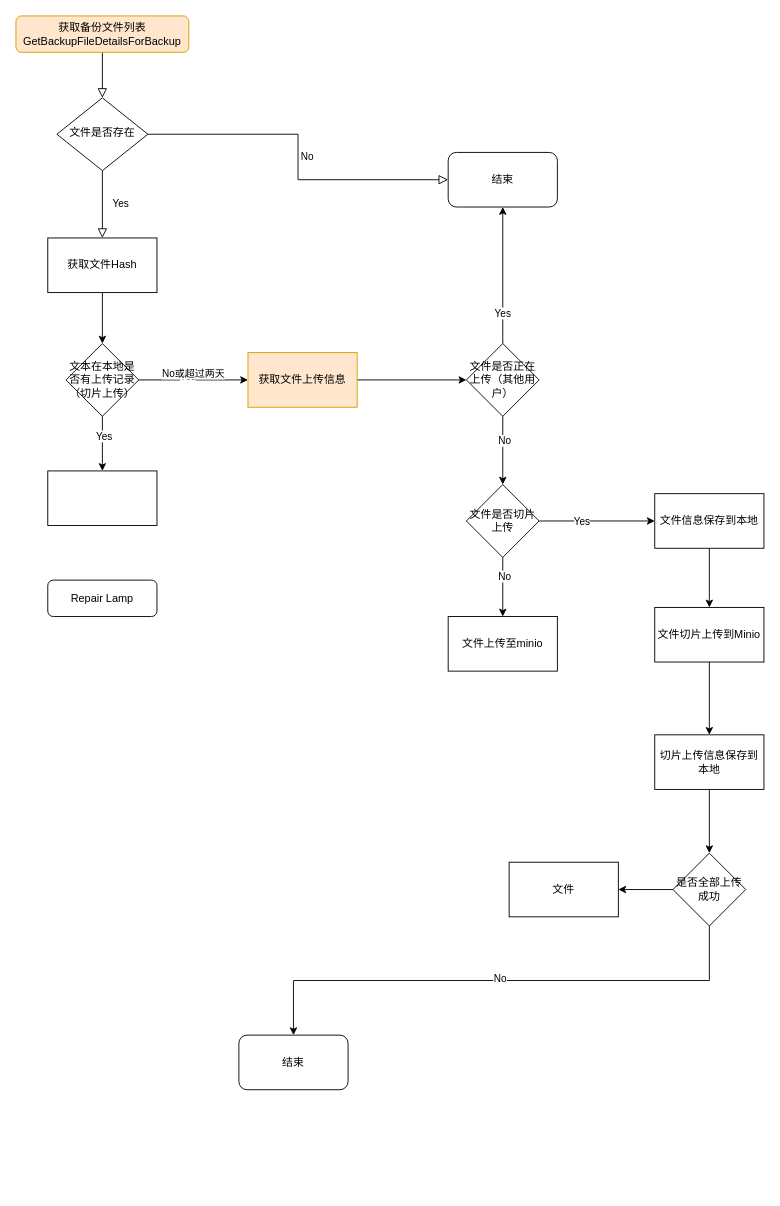
Above: UML/备份工具/文件备份上传流程梳理.drawio in LonelyCodelang/docs (draw.io), before the change. Source tidied: cells renumbered, new cells numbered last; positions are measured from the earlier drawing's top-left corner, leaving out a move shared by most shapes. Both pictures are drawn from the tidied source at 91%, with x=0, y=0 at pixel (15, 15).
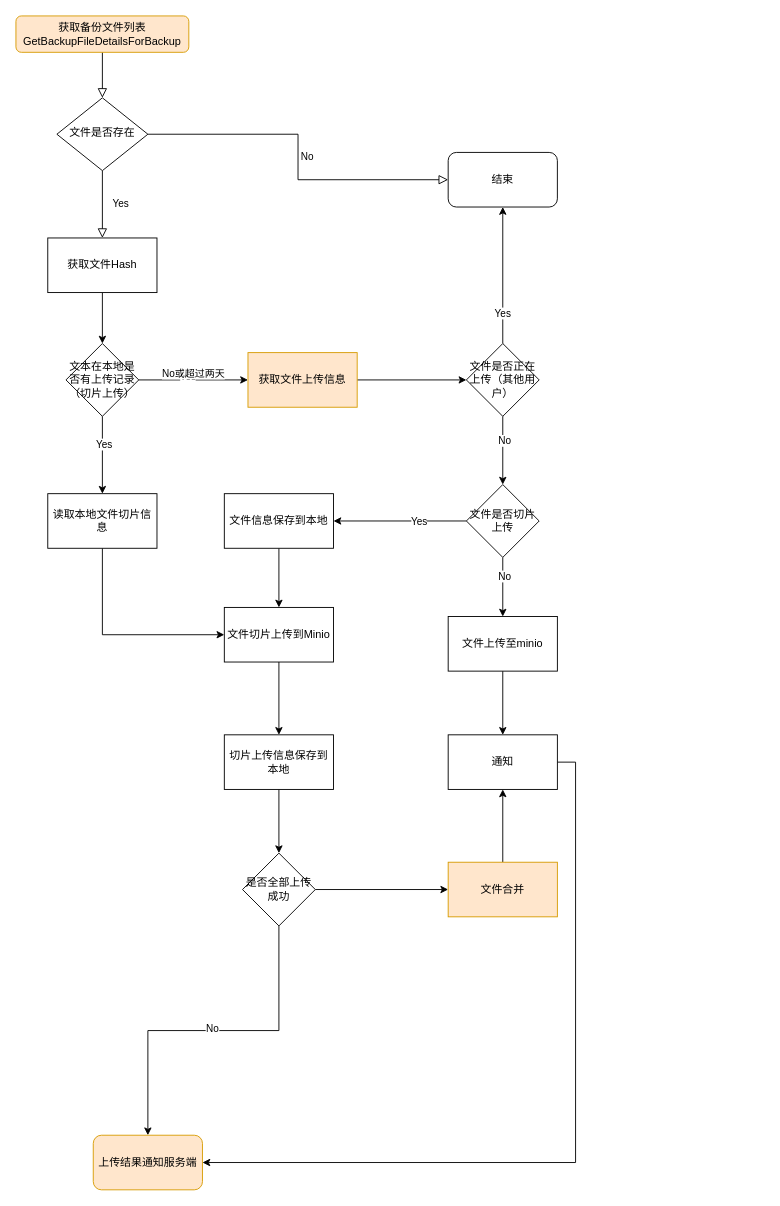
After the change.

Commit message (it also covers changes not shown here):
更新文件备份上传流程梳理.drawio

The change refers to these unchanged cells:
```xml
<mxCell id="27" value="文件上传至minio" style="whiteSpace=wrap;html=1;" parent="1" vertex="1">
  <mxGeometry x="475" y="660" width="120" height="60" as="geometry" />
</mxCell>
```

Change to the diagram source:
```diff
@@
-    <mxCell id="7" value="Repair Lamp" style="rounded=1;whiteSpace=wrap;html=1;fontSize=12;glass=0;strokeWidth=1;shadow=0;" parent="1" vertex="1">
-      <mxGeometry x="35" y="620" width="120" height="40" as="geometry" />
-    </mxCell>
@@
+    <mxCell id="43" style="edgeStyle=orthogonalEdgeStyle;rounded=0;jettySize=auto;html=1;exitX=0.5;exitY=1;exitDx=0;exitDy=0;entryX=0;entryY=0.5;entryDx=0;entryDy=0;" parent="1" edge="1" source="19" target="34">
+      <mxGeometry relative="1" as="geometry" />
+    </mxCell>
-    <mxCell id="19" style="whiteSpace=wrap;html=1;" parent="1" vertex="1">
-      <mxGeometry x="35" y="500" width="120" height="60" as="geometry" />
+    <mxCell id="19" value="读取本地文件切片信息" style="whiteSpace=wrap;html=1;" parent="1" vertex="1">
+      <mxGeometry x="35" y="525" width="120" height="60" as="geometry" />
     </mxCell>
@@
     <mxCell id="26" value="文件信息保存到本地" style="whiteSpace=wrap;html=1;" parent="1" vertex="1">
-      <mxGeometry x="702" y="525" width="120" height="60" as="geometry" />
+      <mxGeometry x="229" y="525" width="120" height="60" as="geometry" />
     </mxCell>
+    <mxCell id="44" style="edgeStyle=orthogonalEdgeStyle;rounded=0;jettySize=auto;html=1;exitX=0.5;exitY=1;exitDx=0;exitDy=0;entryX=0.5;entryY=0;entryDx=0;entryDy=0;" parent="1" edge="1" source="27" target="47">
+      <mxGeometry relative="1" as="geometry" />
+    </mxCell>
@@
     <mxCell id="34" value="文件切片上传到Minio" style="whiteSpace=wrap;html=1;" parent="1" vertex="1">
-      <mxGeometry x="702" y="650" width="120" height="60" as="geometry" />
+      <mxGeometry x="229" y="650" width="120" height="60" as="geometry" />
     </mxCell>
@@
     <mxCell id="36" value="切片上传信息保存到本地" style="whiteSpace=wrap;html=1;" parent="1" vertex="1">
-      <mxGeometry x="702" y="790" width="120" height="60" as="geometry" />
+      <mxGeometry x="229" y="790" width="120" height="60" as="geometry" />
     </mxCell>
-    <mxCell id="37" style="edgeStyle=orthogonalEdgeStyle;rounded=0;jettySize=auto;html=1;exitX=0.5;exitY=1;exitDx=0;exitDy=0;" parent="1" edge="1" source="40" target="41">
+    <mxCell id="37" style="edgeStyle=orthogonalEdgeStyle;rounded=0;jettySize=auto;html=1;exitX=0.5;exitY=1;exitDx=0;exitDy=0;entryX=0.5;entryY=0;entryDx=0;entryDy=0;" parent="1" edge="1" source="40" target="48">
       <mxGeometry relative="1" as="geometry" />
     </mxCell>
@@
     <mxCell id="40" value="是否全部上传成功" style="rhombus;whiteSpace=wrap;html=1;" parent="1" vertex="1">
-      <mxGeometry x="722" y="920" width="80" height="80" as="geometry" />
+      <mxGeometry x="249" y="920" width="80" height="80" as="geometry" />
     </mxCell>
-    <mxCell id="41" value="结束" style="rounded=1;whiteSpace=wrap;html=1;" parent="1" vertex="1">
-      <mxGeometry x="245" y="1120" width="120" height="60" as="geometry" />
-    </mxCell>
+    <mxCell id="45" style="edgeStyle=orthogonalEdgeStyle;rounded=0;jettySize=auto;html=1;" parent="1" edge="1" source="42" target="47">
+      <mxGeometry relative="1" as="geometry" />
+    </mxCell>
-    <mxCell id="42" value="文件" style="whiteSpace=wrap;html=1;" parent="1" vertex="1">
-      <mxGeometry x="542" y="930" width="120" height="60" as="geometry" />
+    <mxCell id="42" value="文件合并" style="whiteSpace=wrap;html=1;fillColor=#ffe6cc;strokeColor=#d79b00;" parent="1" vertex="1">
+      <mxGeometry x="475" y="930" width="120" height="60" as="geometry" />
     </mxCell>
+    <mxCell id="46" style="edgeStyle=orthogonalEdgeStyle;rounded=0;jettySize=auto;html=1;exitX=1;exitY=0.5;exitDx=0;exitDy=0;entryX=1;entryY=0.5;entryDx=0;entryDy=0;" parent="1" edge="1" source="47" target="48">
+      <mxGeometry relative="1" as="geometry" />
+    </mxCell>
+    <mxCell id="47" value="通知" style="whiteSpace=wrap;html=1;" parent="1" vertex="1">
+      <mxGeometry x="475" y="790" width="120" height="60" as="geometry" />
+    </mxCell>
+    <mxCell id="48" value="上传结果通知服务端" style="rounded=1;whiteSpace=wrap;html=1;fillColor=#ffe6cc;strokeColor=#d79b00;" parent="1" vertex="1">
+      <mxGeometry x="85" y="1230" width="120" height="60" as="geometry" />
+    </mxCell>
```
